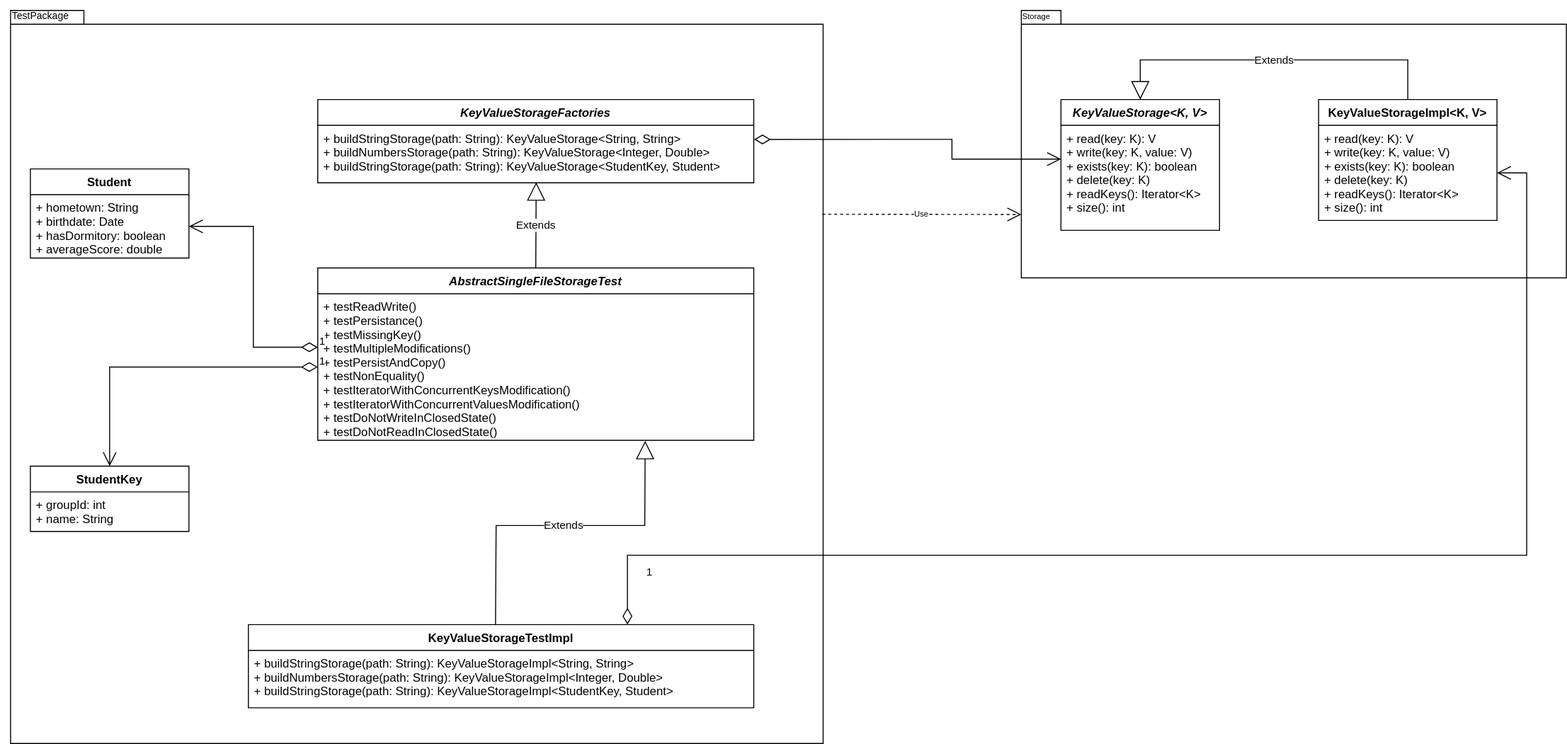
The draw.io diagram uml_diagram.svg in dshuran/arch_fall_2022, before a commit. Source tidied: cells renumbered, new cells last; positions are measured from the earlier drawing's top-left corner, leaving out a move shared by most shapes.
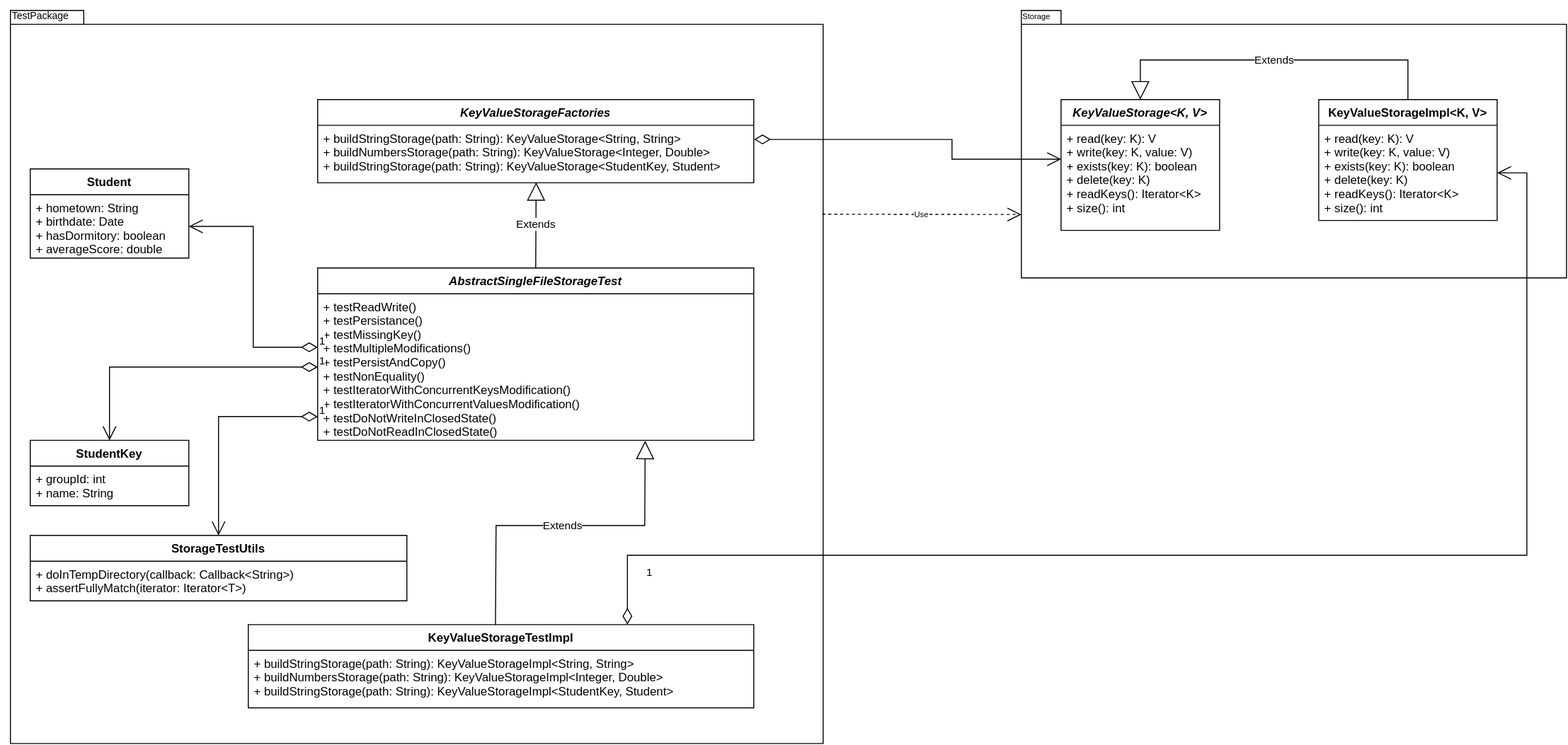
The same diagram one commit later.

Diff of the diagram source:
```diff
@@ -52,7 +52,7 @@
       <mxGeometry y="26" width="160" height="64" as="geometry" />
     </mxCell>
     <mxCell id="15" value="StudentKey" style="swimlane;fontStyle=1;align=center;verticalAlign=top;horizontal=1;startSize=26;" parent="1" vertex="1">
-      <mxGeometry x="30" y="470" width="160" height="66" as="geometry" />
+      <mxGeometry x="30" y="444" width="160" height="66" as="geometry" />
     </mxCell>
     <mxCell id="16" value="+ groupId: int&#10;+ name: String&#10;" style="text;strokeColor=none;fillColor=none;align=left;verticalAlign=top;spacingLeft=4;spacingRight=4;overflow=hidden;" parent="15" vertex="1">
       <mxGeometry y="26" width="160" height="40" as="geometry" />
@@ -105,5 +105,19 @@
     <mxCell id="27" value="Use" style="endArrow=open;endSize=12;dashed=1;html=1;rounded=0;fontSize=8;exitX=0.999;exitY=0.278;exitDx=0;exitDy=0;exitPerimeter=0;entryX=0;entryY=0;entryDx=0;entryDy=206;entryPerimeter=0;" parent="1" edge="1" source="25" target="23">
       <mxGeometry relative="1" as="geometry" />
     </mxCell>
+    <mxCell id="28" value="StorageTestUtils" style="swimlane;fontStyle=1;align=center;verticalAlign=top;horizontal=1;startSize=26;" parent="1" vertex="1">
+      <mxGeometry x="30" y="540" width="380" height="66" as="geometry" />
+    </mxCell>
+    <mxCell id="29" value="+ doInTempDirectory(callback: Callback&lt;String&gt;)&#10;+ assertFullyMatch(iterator: Iterator&lt;T&gt;)&#10;" style="text;strokeColor=none;fillColor=none;align=left;verticalAlign=top;spacingLeft=4;spacingRight=4;overflow=hidden;" parent="28" vertex="1">
+      <mxGeometry y="26" width="380" height="40" as="geometry" />
+    </mxCell>
+    <mxCell id="30" value="1" style="endArrow=open;html=1;endSize=12;startArrow=diamondThin;startSize=14;startFill=0;edgeStyle=orthogonalEdgeStyle;align=left;verticalAlign=bottom;rounded=0;exitX=0;exitY=0.5;exitDx=0;exitDy=0;" parent="1" edge="1" target="28">
+      <mxGeometry x="-1" y="3" relative="1" as="geometry">
+        <mxPoint x="320" y="420" as="sourcePoint" />
+        <Array as="points">
+          <mxPoint x="220" y="420" />
+        </Array>
+      </mxGeometry>
+    </mxCell>
   </root>
 </mxGraphModel>
```
